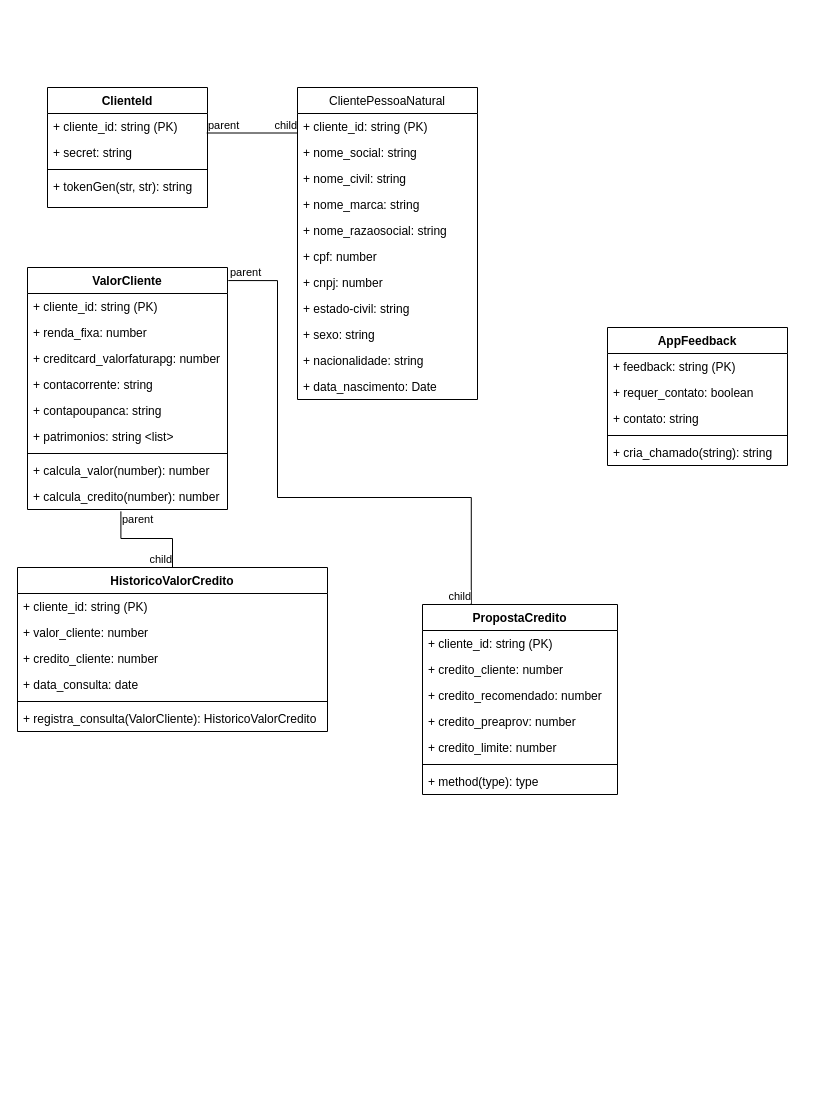
Earlier version of the draw.io diagram UML Database.drawio (sergio-mpm/SafraHackathon2022-Time16). Source tidied: cells renumbered, new cells numbered last; positions are measured from the earlier drawing's top-left corner, leaving out a move shared by most shapes. Both pictures are drawn from the tidied source at 100%, with x=0, y=0 at pixel (17, 87).
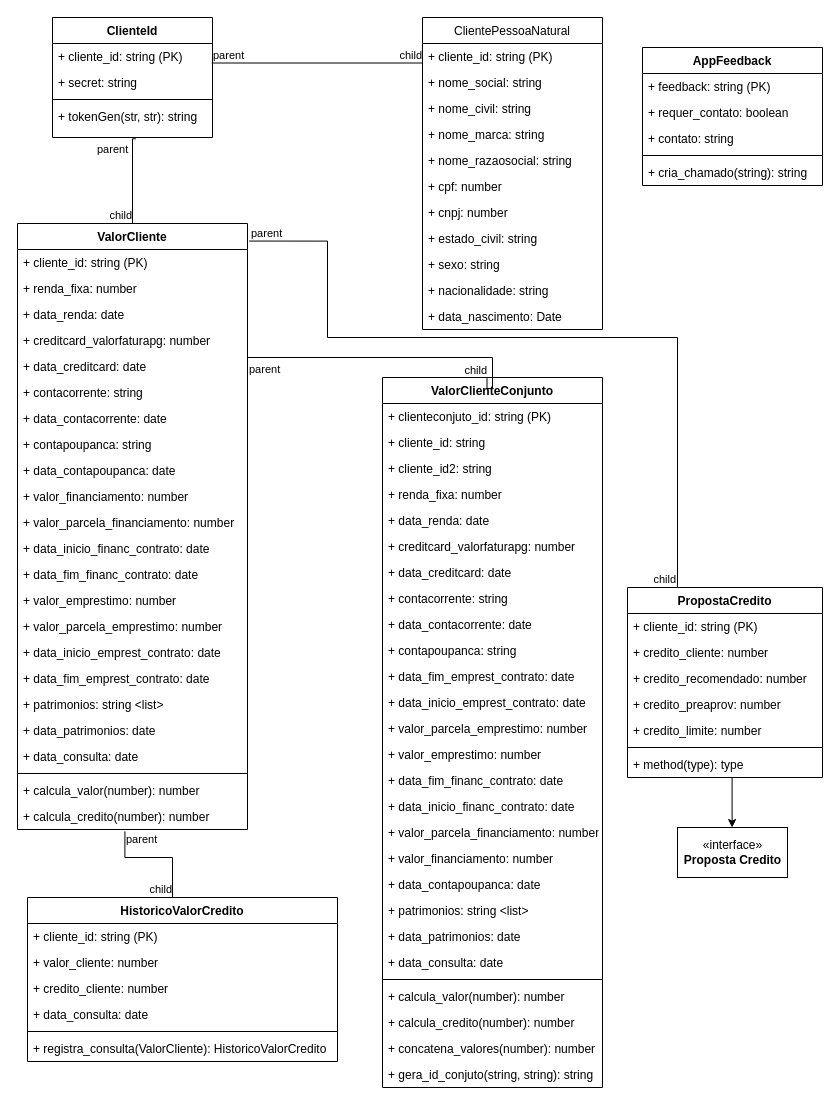
The same diagram, later.

Unchanged cells that the change refers to:
```xml
<mxCell id="6" value="+ tokenGen(str, str): string" style="text;strokeColor=none;fillColor=none;align=left;verticalAlign=top;spacingLeft=4;spacingRight=4;overflow=hidden;points=[[0,0.5],[1,0.5]];portConstraint=eastwest;" parent="2" vertex="1">
  <mxGeometry y="86" width="160" height="34" as="geometry" />
</mxCell>
```

Change to the diagram source:
```diff
@@
     <mxCell id="2" value="ClienteId" style="swimlane;fontStyle=1;align=center;verticalAlign=top;horizontal=1;startSize=26;" parent="1" vertex="1">
-      <mxGeometry x="30" width="160" height="120" as="geometry" />
+      <mxGeometry x="35" y="-70" width="160" height="120" as="geometry" />
     </mxCell>
@@
     <mxCell id="7" value="ClientePessoaNatural" style="swimlane;fontStyle=0;horizontal=1;startSize=26;fillColor=none;" parent="1" vertex="1">
-      <mxGeometry x="280" width="180" height="312" as="geometry" />
+      <mxGeometry x="405" y="-70" width="180" height="312" as="geometry" />
     </mxCell>
@@
-    <mxCell id="15" value="+ estado-civil: string " style="text;strokeColor=none;fillColor=none;align=left;verticalAlign=top;spacingLeft=4;spacingRight=4;overflow=hidden;" parent="7" vertex="1">
+    <mxCell id="15" value="+ estado_civil: string " style="text;strokeColor=none;fillColor=none;align=left;verticalAlign=top;spacingLeft=4;spacingRight=4;overflow=hidden;" parent="7" vertex="1">
       <mxGeometry y="208" width="180" height="26" as="geometry" />
     </mxCell>
@@
     <mxCell id="22" value="ValorCliente" style="swimlane;fontStyle=1;align=center;verticalAlign=top;horizontal=1;startSize=26;" parent="1" vertex="1">
-      <mxGeometry x="10" y="180" width="200" height="242" as="geometry" />
+      <mxGeometry y="136" width="230" height="606" as="geometry" />
     </mxCell>
     <mxCell id="23" value="+ cliente_id: string (PK) " style="text;strokeColor=none;fillColor=none;align=left;verticalAlign=top;spacingLeft=4;spacingRight=4;overflow=hidden;" parent="22" vertex="1">
-      <mxGeometry y="26" width="200" height="26" as="geometry" />
+      <mxGeometry y="26" width="230" height="26" as="geometry" />
     </mxCell>
     <mxCell id="24" value="+ renda_fixa: number " style="text;strokeColor=none;fillColor=none;align=left;verticalAlign=top;spacingLeft=4;spacingRight=4;overflow=hidden;" parent="22" vertex="1">
-      <mxGeometry y="52" width="200" height="26" as="geometry" />
+      <mxGeometry y="52" width="230" height="26" as="geometry" />
     </mxCell>
+    <mxCell id="59" value="+ data_renda: date" style="text;strokeColor=none;fillColor=none;align=left;verticalAlign=top;spacingLeft=4;spacingRight=4;overflow=hidden;" parent="22" vertex="1">
+      <mxGeometry y="78" width="230" height="26" as="geometry" />
+    </mxCell>
     <mxCell id="25" value="+ creditcard_valorfaturapg: number" style="text;strokeColor=none;fillColor=none;align=left;verticalAlign=top;spacingLeft=4;spacingRight=4;overflow=hidden;" parent="22" vertex="1">
-      <mxGeometry y="78" width="200" height="26" as="geometry" />
+      <mxGeometry y="104" width="230" height="26" as="geometry" />
     </mxCell>
+    <mxCell id="60" value="+ data_creditcard: date" style="text;strokeColor=none;fillColor=none;align=left;verticalAlign=top;spacingLeft=4;spacingRight=4;overflow=hidden;" parent="22" vertex="1">
+      <mxGeometry y="130" width="230" height="26" as="geometry" />
+    </mxCell>
     <mxCell id="26" value="+ contacorrente: string" style="text;strokeColor=none;fillColor=none;align=left;verticalAlign=top;spacingLeft=4;spacingRight=4;overflow=hidden;" parent="22" vertex="1">
-      <mxGeometry y="104" width="200" height="26" as="geometry" />
+      <mxGeometry y="156" width="230" height="26" as="geometry" />
     </mxCell>
+    <mxCell id="61" value="+ data_contacorrente: date" style="text;strokeColor=none;fillColor=none;align=left;verticalAlign=top;spacingLeft=4;spacingRight=4;overflow=hidden;" parent="22" vertex="1">
+      <mxGeometry y="182" width="230" height="26" as="geometry" />
+    </mxCell>
     <mxCell id="27" value="+ contapoupanca: string" style="text;strokeColor=none;fillColor=none;align=left;verticalAlign=top;spacingLeft=4;spacingRight=4;overflow=hidden;" parent="22" vertex="1">
-      <mxGeometry y="130" width="200" height="26" as="geometry" />
+      <mxGeometry y="208" width="230" height="26" as="geometry" />
     </mxCell>
+    <mxCell id="62" value="+ data_contapoupanca: date" style="text;strokeColor=none;fillColor=none;align=left;verticalAlign=top;spacingLeft=4;spacingRight=4;overflow=hidden;" parent="22" vertex="1">
+      <mxGeometry y="234" width="230" height="26" as="geometry" />
+    </mxCell>
+    <mxCell id="63" value="+ valor_financiamento: number " style="text;strokeColor=none;fillColor=none;align=left;verticalAlign=top;spacingLeft=4;spacingRight=4;overflow=hidden;" parent="22" vertex="1">
+      <mxGeometry y="260" width="230" height="26" as="geometry" />
+    </mxCell>
+    <mxCell id="64" value="+ valor_parcela_financiamento: number" style="text;strokeColor=none;fillColor=none;align=left;verticalAlign=top;spacingLeft=4;spacingRight=4;overflow=hidden;" parent="22" vertex="1">
+      <mxGeometry y="286" width="230" height="26" as="geometry" />
+    </mxCell>
+    <mxCell id="65" value="+ data_inicio_financ_contrato: date" style="text;strokeColor=none;fillColor=none;align=left;verticalAlign=top;spacingLeft=4;spacingRight=4;overflow=hidden;" parent="22" vertex="1">
+      <mxGeometry y="312" width="230" height="26" as="geometry" />
+    </mxCell>
+    <mxCell id="66" value="+ data_fim_financ_contrato: date" style="text;strokeColor=none;fillColor=none;align=left;verticalAlign=top;spacingLeft=4;spacingRight=4;overflow=hidden;" parent="22" vertex="1">
+      <mxGeometry y="338" width="230" height="26" as="geometry" />
+    </mxCell>
+    <mxCell id="67" value="+ valor_emprestimo: number" style="text;strokeColor=none;fillColor=none;align=left;verticalAlign=top;spacingLeft=4;spacingRight=4;overflow=hidden;" parent="22" vertex="1">
+      <mxGeometry y="364" width="230" height="26" as="geometry" />
+    </mxCell>
+    <mxCell id="68" value="+ valor_parcela_emprestimo: number" style="text;strokeColor=none;fillColor=none;align=left;verticalAlign=top;spacingLeft=4;spacingRight=4;overflow=hidden;" parent="22" vertex="1">
+      <mxGeometry y="390" width="230" height="26" as="geometry" />
+    </mxCell>
+    <mxCell id="69" value="+ data_inicio_emprest_contrato: date" style="text;strokeColor=none;fillColor=none;align=left;verticalAlign=top;spacingLeft=4;spacingRight=4;overflow=hidden;" parent="22" vertex="1">
+      <mxGeometry y="416" width="230" height="26" as="geometry" />
+    </mxCell>
+    <mxCell id="70" value="+ data_fim_emprest_contrato: date" style="text;strokeColor=none;fillColor=none;align=left;verticalAlign=top;spacingLeft=4;spacingRight=4;overflow=hidden;" parent="22" vertex="1">
+      <mxGeometry y="442" width="230" height="26" as="geometry" />
+    </mxCell>
     <mxCell id="28" value="+ patrimonios: string &lt;list&gt;" style="text;strokeColor=none;fillColor=none;align=left;verticalAlign=top;spacingLeft=4;spacingRight=4;overflow=hidden;" parent="22" vertex="1">
-      <mxGeometry y="156" width="200" height="26" as="geometry" />
+      <mxGeometry y="468" width="230" height="26" as="geometry" />
     </mxCell>
+    <mxCell id="71" value="+ data_patrimonios: date" style="text;strokeColor=none;fillColor=none;align=left;verticalAlign=top;spacingLeft=4;spacingRight=4;overflow=hidden;" parent="22" vertex="1">
+      <mxGeometry y="494" width="230" height="26" as="geometry" />
+    </mxCell>
+    <mxCell id="72" value="+ data_consulta: date" style="text;strokeColor=none;fillColor=none;align=left;verticalAlign=top;spacingLeft=4;spacingRight=4;overflow=hidden;" parent="22" vertex="1">
+      <mxGeometry y="520" width="230" height="26" as="geometry" />
+    </mxCell>
     <mxCell id="29" style="line;strokeWidth=1;fillColor=none;align=left;verticalAlign=middle;spacingTop=-1;spacingLeft=3;spacingRight=3;labelPosition=right;" parent="22" vertex="1">
-      <mxGeometry y="182" width="200" height="8" as="geometry" />
+      <mxGeometry y="546" width="230" height="8" as="geometry" />
     </mxCell>
     <mxCell id="30" value="+ calcula_valor(number): number" style="text;strokeColor=none;fillColor=none;align=left;verticalAlign=top;spacingLeft=4;spacingRight=4;overflow=hidden;" parent="22" vertex="1">
-      <mxGeometry y="190" width="200" height="26" as="geometry" />
+      <mxGeometry y="554" width="230" height="26" as="geometry" />
     </mxCell>
     <mxCell id="31" value="+ calcula_credito(number): number" style="text;strokeColor=none;fillColor=none;align=left;verticalAlign=top;spacingLeft=4;spacingRight=4;overflow=hidden;points=[[0,0.5],[1,0.5]];portConstraint=eastwest;" parent="22" vertex="1">
-      <mxGeometry y="216" width="200" height="26" as="geometry" />
+      <mxGeometry y="580" width="230" height="26" as="geometry" />
     </mxCell>
     <mxCell id="32" value="AppFeedback" style="swimlane;fontStyle=1;align=center;verticalAlign=top;horizontal=1;startSize=26;" parent="1" vertex="1">
-      <mxGeometry x="590" y="240" width="180" height="138" as="geometry" />
+      <mxGeometry x="625" y="-40" width="180" height="138" as="geometry" />
     </mxCell>
@@
     <mxCell id="38" value="HistoricoValorCredito" style="swimlane;fontStyle=1;align=center;verticalAlign=top;horizontal=1;startSize=26;" parent="1" vertex="1">
-      <mxGeometry y="480" width="310" height="164" as="geometry" />
+      <mxGeometry x="10" y="810" width="310" height="164" as="geometry" />
     </mxCell>
@@
     <mxCell id="45" value="PropostaCredito" style="swimlane;fontStyle=1;align=center;verticalAlign=top;horizontal=1;startSize=26;" parent="1" vertex="1">
-      <mxGeometry x="405" y="517" width="195" height="190" as="geometry" />
+      <mxGeometry x="610" y="500" width="195" height="190" as="geometry" />
     </mxCell>
@@
-    <mxCell id="53" style="endArrow=none;html=1;edgeStyle=orthogonalEdgeStyle;rounded=0;exitX=1.004;exitY=0.054;exitDx=0;exitDy=0;exitPerimeter=0;entryX=0.25;entryY=0;entryDx=0;entryDy=0;" parent="1" edge="1" source="22" target="45">
+    <mxCell id="53" style="endArrow=none;html=1;edgeStyle=orthogonalEdgeStyle;rounded=0;entryX=0.25;entryY=0;entryDx=0;entryDy=0;exitX=1.007;exitY=0.029;exitDx=0;exitDy=0;exitPerimeter=0;" parent="1" edge="1" source="22" target="45">
       <mxGeometry relative="1" as="geometry">
         <Array as="points">
-          <mxPoint x="260" y="193" />
-          <mxPoint x="260" y="410" />
-          <mxPoint x="454" y="410" />
+          <mxPoint x="310" y="154" />
+          <mxPoint x="310" y="250" />
+          <mxPoint x="660" y="250" />
+          <mxPoint x="660" y="500" />
         </Array>
       </mxGeometry>
     </mxCell>
@@
     <mxCell id="56" style="endArrow=none;html=1;edgeStyle=orthogonalEdgeStyle;rounded=0;exitX=0.467;exitY=1.071;exitDx=0;exitDy=0;exitPerimeter=0;" parent="1" edge="1" source="31" target="38">
       <mxGeometry relative="1" as="geometry">
         <Array as="points">
-          <mxPoint x="103" y="451" />
-          <mxPoint x="155" y="451" />
+          <mxPoint x="107" y="770" />
+          <mxPoint x="155" y="770" />
         </Array>
       </mxGeometry>
     </mxCell>
@@
+    <mxCell id="73" value="ValorClienteConjunto" style="swimlane;fontStyle=1;align=center;verticalAlign=top;horizontal=1;startSize=26;" parent="1" vertex="1">
+      <mxGeometry x="365" y="290" width="220" height="710" as="geometry" />
+    </mxCell>
+    <mxCell id="74" value="+ clienteconjuto_id: string (PK)" style="text;strokeColor=none;fillColor=none;align=left;verticalAlign=top;spacingLeft=4;spacingRight=4;overflow=hidden;" parent="73" vertex="1">
+      <mxGeometry y="26" width="220" height="26" as="geometry" />
+    </mxCell>
+    <mxCell id="75" value="+ cliente_id: string" style="text;strokeColor=none;fillColor=none;align=left;verticalAlign=top;spacingLeft=4;spacingRight=4;overflow=hidden;" parent="73" vertex="1">
+      <mxGeometry y="52" width="220" height="26" as="geometry" />
+    </mxCell>
+    <mxCell id="76" value="+ cliente_id2: string" style="text;strokeColor=none;fillColor=none;align=left;verticalAlign=top;spacingLeft=4;spacingRight=4;overflow=hidden;" parent="73" vertex="1">
+      <mxGeometry y="78" width="220" height="26" as="geometry" />
+    </mxCell>
+    <mxCell id="77" value="+ renda_fixa: number " style="text;strokeColor=none;fillColor=none;align=left;verticalAlign=top;spacingLeft=4;spacingRight=4;overflow=hidden;" parent="73" vertex="1">
+      <mxGeometry y="104" width="220" height="26" as="geometry" />
+    </mxCell>
+    <mxCell id="78" value="+ data_renda: date" style="text;strokeColor=none;fillColor=none;align=left;verticalAlign=top;spacingLeft=4;spacingRight=4;overflow=hidden;" parent="73" vertex="1">
+      <mxGeometry y="130" width="220" height="26" as="geometry" />
+    </mxCell>
+    <mxCell id="79" value="+ creditcard_valorfaturapg: number" style="text;strokeColor=none;fillColor=none;align=left;verticalAlign=top;spacingLeft=4;spacingRight=4;overflow=hidden;" parent="73" vertex="1">
+      <mxGeometry y="156" width="220" height="26" as="geometry" />
+    </mxCell>
+    <mxCell id="80" value="+ data_creditcard: date" style="text;strokeColor=none;fillColor=none;align=left;verticalAlign=top;spacingLeft=4;spacingRight=4;overflow=hidden;" parent="73" vertex="1">
+      <mxGeometry y="182" width="220" height="26" as="geometry" />
+    </mxCell>
+    <mxCell id="81" value="+ contacorrente: string" style="text;strokeColor=none;fillColor=none;align=left;verticalAlign=top;spacingLeft=4;spacingRight=4;overflow=hidden;" parent="73" vertex="1">
+      <mxGeometry y="208" width="220" height="26" as="geometry" />
+    </mxCell>
+    <mxCell id="82" value="+ data_contacorrente: date" style="text;strokeColor=none;fillColor=none;align=left;verticalAlign=top;spacingLeft=4;spacingRight=4;overflow=hidden;" parent="73" vertex="1">
+      <mxGeometry y="234" width="220" height="26" as="geometry" />
+    </mxCell>
+    <mxCell id="83" value="+ contapoupanca: string" style="text;strokeColor=none;fillColor=none;align=left;verticalAlign=top;spacingLeft=4;spacingRight=4;overflow=hidden;" parent="73" vertex="1">
+      <mxGeometry y="260" width="220" height="26" as="geometry" />
+    </mxCell>
+    <mxCell id="84" value="+ data_fim_emprest_contrato: date" style="text;strokeColor=none;fillColor=none;align=left;verticalAlign=top;spacingLeft=4;spacingRight=4;overflow=hidden;" parent="73" vertex="1">
+      <mxGeometry y="286" width="220" height="26" as="geometry" />
+    </mxCell>
+    <mxCell id="85" value="+ data_inicio_emprest_contrato: date" style="text;strokeColor=none;fillColor=none;align=left;verticalAlign=top;spacingLeft=4;spacingRight=4;overflow=hidden;" parent="73" vertex="1">
+      <mxGeometry y="312" width="220" height="26" as="geometry" />
+    </mxCell>
+    <mxCell id="86" value="+ valor_parcela_emprestimo: number" style="text;strokeColor=none;fillColor=none;align=left;verticalAlign=top;spacingLeft=4;spacingRight=4;overflow=hidden;" parent="73" vertex="1">
+      <mxGeometry y="338" width="220" height="26" as="geometry" />
+    </mxCell>
+    <mxCell id="87" value="+ valor_emprestimo: number" style="text;strokeColor=none;fillColor=none;align=left;verticalAlign=top;spacingLeft=4;spacingRight=4;overflow=hidden;" parent="73" vertex="1">
+      <mxGeometry y="364" width="220" height="26" as="geometry" />
+    </mxCell>
+    <mxCell id="88" value="+ data_fim_financ_contrato: date" style="text;strokeColor=none;fillColor=none;align=left;verticalAlign=top;spacingLeft=4;spacingRight=4;overflow=hidden;" parent="73" vertex="1">
+      <mxGeometry y="390" width="220" height="26" as="geometry" />
+    </mxCell>
+    <mxCell id="89" value="+ data_inicio_financ_contrato: date" style="text;strokeColor=none;fillColor=none;align=left;verticalAlign=top;spacingLeft=4;spacingRight=4;overflow=hidden;" parent="73" vertex="1">
+      <mxGeometry y="416" width="220" height="26" as="geometry" />
+    </mxCell>
+    <mxCell id="90" value="+ valor_parcela_financiamento: number" style="text;strokeColor=none;fillColor=none;align=left;verticalAlign=top;spacingLeft=4;spacingRight=4;overflow=hidden;" parent="73" vertex="1">
+      <mxGeometry y="442" width="220" height="26" as="geometry" />
+    </mxCell>
+    <mxCell id="91" value="+ valor_financiamento: number " style="text;strokeColor=none;fillColor=none;align=left;verticalAlign=top;spacingLeft=4;spacingRight=4;overflow=hidden;" parent="73" vertex="1">
+      <mxGeometry y="468" width="220" height="26" as="geometry" />
+    </mxCell>
+    <mxCell id="92" value="+ data_contapoupanca: date" style="text;strokeColor=none;fillColor=none;align=left;verticalAlign=top;spacingLeft=4;spacingRight=4;overflow=hidden;" parent="73" vertex="1">
+      <mxGeometry y="494" width="220" height="26" as="geometry" />
+    </mxCell>
+    <mxCell id="93" value="+ patrimonios: string &lt;list&gt;" style="text;strokeColor=none;fillColor=none;align=left;verticalAlign=top;spacingLeft=4;spacingRight=4;overflow=hidden;" parent="73" vertex="1">
+      <mxGeometry y="520" width="220" height="26" as="geometry" />
+    </mxCell>
+    <mxCell id="94" value="+ data_patrimonios: date" style="text;strokeColor=none;fillColor=none;align=left;verticalAlign=top;spacingLeft=4;spacingRight=4;overflow=hidden;" parent="73" vertex="1">
+      <mxGeometry y="546" width="220" height="26" as="geometry" />
+    </mxCell>
+    <mxCell id="95" value="+ data_consulta: date" style="text;strokeColor=none;fillColor=none;align=left;verticalAlign=top;spacingLeft=4;spacingRight=4;overflow=hidden;" parent="73" vertex="1">
+      <mxGeometry y="572" width="220" height="26" as="geometry" />
+    </mxCell>
+    <mxCell id="96" style="line;strokeWidth=1;fillColor=none;align=left;verticalAlign=middle;spacingTop=-1;spacingLeft=3;spacingRight=3;labelPosition=right;" parent="73" vertex="1">
+      <mxGeometry y="598" width="220" height="8" as="geometry" />
+    </mxCell>
+    <mxCell id="97" value="+ calcula_valor(number): number" style="text;strokeColor=none;fillColor=none;align=left;verticalAlign=top;spacingLeft=4;spacingRight=4;overflow=hidden;" parent="73" vertex="1">
+      <mxGeometry y="606" width="220" height="26" as="geometry" />
+    </mxCell>
+    <mxCell id="98" value="+ calcula_credito(number): number" style="text;strokeColor=none;fillColor=none;align=left;verticalAlign=top;spacingLeft=4;spacingRight=4;overflow=hidden;" parent="73" vertex="1">
+      <mxGeometry y="632" width="220" height="26" as="geometry" />
+    </mxCell>
+    <mxCell id="99" value="+ concatena_valores(number): number" style="text;strokeColor=none;fillColor=none;align=left;verticalAlign=top;spacingLeft=4;spacingRight=4;overflow=hidden;" parent="73" vertex="1">
+      <mxGeometry y="658" width="220" height="26" as="geometry" />
+    </mxCell>
+    <mxCell id="100" value="+ gera_id_conjuto(string, string): string" style="text;strokeColor=none;fillColor=none;align=left;verticalAlign=top;spacingLeft=4;spacingRight=4;overflow=hidden;" parent="73" vertex="1">
+      <mxGeometry y="684" width="220" height="26" as="geometry" />
+    </mxCell>
+    <mxCell id="101" style="endArrow=none;html=1;edgeStyle=orthogonalEdgeStyle;rounded=0;entryX=0.475;entryY=0.001;entryDx=0;entryDy=0;entryPerimeter=0;" parent="1" edge="1" target="73">
+      <mxGeometry relative="1" as="geometry">
+        <mxPoint x="230" y="270" as="sourcePoint" />
+        <Array as="points">
+          <mxPoint x="230" y="270" />
+          <mxPoint x="475" y="270" />
+          <mxPoint x="475" y="301" />
+        </Array>
+      </mxGeometry>
+    </mxCell>
+    <mxCell id="102" value="parent" style="edgeLabel;html=1;align=left;verticalAlign=bottom;" parent="101" vertex="1">
+      <mxGeometry x="-1" relative="1" as="geometry">
+        <mxPoint y="20" as="offset" />
+      </mxGeometry>
+    </mxCell>
+    <mxCell id="103" value="child" style="edgeLabel;html=1;align=right;verticalAlign=bottom;" parent="101" vertex="1">
+      <mxGeometry x="1" relative="1" as="geometry" />
+    </mxCell>
+    <mxCell id="104" style="endArrow=none;html=1;edgeStyle=orthogonalEdgeStyle;rounded=0;entryX=0.5;entryY=0;entryDx=0;entryDy=0;exitX=0.521;exitY=1.039;exitDx=0;exitDy=0;exitPerimeter=0;" parent="1" edge="1" source="6" target="22">
+      <mxGeometry relative="1" as="geometry">
+        <Array as="points">
+          <mxPoint x="115" y="51" />
+        </Array>
+      </mxGeometry>
+    </mxCell>
+    <mxCell id="105" value="parent" style="edgeLabel;html=1;align=left;verticalAlign=bottom;" parent="104" vertex="1">
+      <mxGeometry x="-1" relative="1" as="geometry">
+        <mxPoint x="-40" y="19" as="offset" />
+      </mxGeometry>
+    </mxCell>
+    <mxCell id="106" value="child" style="edgeLabel;html=1;align=right;verticalAlign=bottom;" parent="104" vertex="1">
+      <mxGeometry x="1" relative="1" as="geometry" />
+    </mxCell>
+    <mxCell id="107" value="«interface»&lt;br&gt;&lt;b&gt;Proposta Credito&lt;/b&gt;" style="html=1;" parent="1" vertex="1">
+      <mxGeometry x="660" y="740" width="110" height="50" as="geometry" />
+    </mxCell>
+    <mxCell id="108" style="endArrow=classic;html=1;rounded=0;" parent="1" edge="1">
+      <mxGeometry relative="1" as="geometry">
+        <mxPoint x="714.6" y="690" as="sourcePoint" />
+        <mxPoint x="714.6" y="740" as="targetPoint" />
+      </mxGeometry>
+    </mxCell>
```
